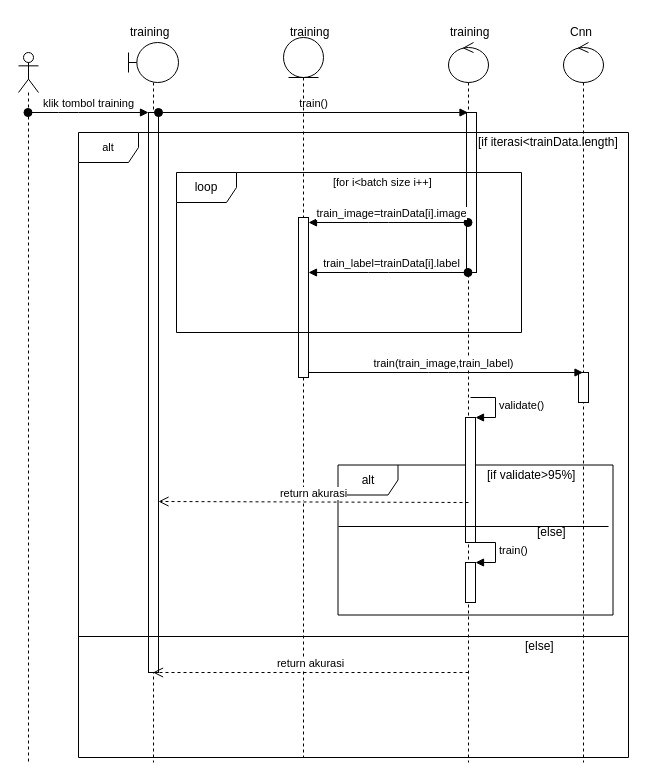
fifinal/skripsi-cnn-toga keeps this draw.io diagram as page "training" (2 of 10) of diagram/sequence.drawio. Above is the earlier version. Source tidied: cells renumbered, new cells numbered last; positions are measured from the earlier drawing's top-left corner, leaving out a move shared by most shapes. Both pictures are drawn from the tidied source at 100%, with x=0, y=0 at pixel (18, 22).
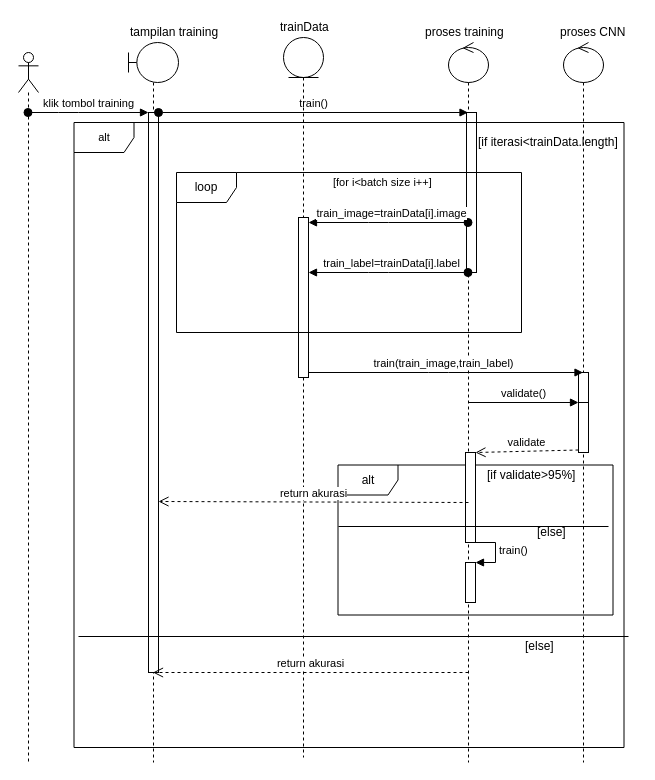
The same page after the edit.

The change refers to these unchanged cells:
```xml
<mxCell id="7" style="shape=umlLifeline;participant=umlControl;perimeter=lifelinePerimeter;whiteSpace=wrap;html=1;verticalAlign=top;spacingTop=36;labelBackgroundColor=#ffffff;outlineConnect=0;" parent="1" vertex="1">
  <mxGeometry x="430" y="20" width="40" height="720" as="geometry" />
</mxCell>
<mxCell id="14" style="shape=umlLifeline;participant=umlControl;perimeter=lifelinePerimeter;whiteSpace=wrap;html=1;verticalAlign=top;spacingTop=36;labelBackgroundColor=#ffffff;outlineConnect=0;" parent="1" vertex="1">
  <mxGeometry x="545" y="20" width="40" height="720" as="geometry" />
</mxCell>
```

Change to the diagram source:
```diff
@@
     <mxCell id="9" value="&lt;div style=&quot;text-align: left&quot;&gt;&lt;span style=&quot;font-size: 11px ; background-color: rgb(255 , 255 , 255)&quot;&gt;alt&lt;/span&gt;&lt;/div&gt;" style="shape=umlFrame;whiteSpace=wrap;html=1;" parent="1" vertex="1">
-      <mxGeometry x="60" y="110" width="550" height="625" as="geometry" />
+      <mxGeometry x="55.5" y="100" width="550" height="625" as="geometry" />
     </mxCell>
-    <mxCell id="10" value="Cnn" style="text;html=1;align=left;verticalAlign=top;spacingTop=-4;" parent="1" vertex="1">
-      <mxGeometry x="550" width="40" height="20" as="geometry" />
+    <mxCell id="10" value="proses CNN" style="text;html=1;align=left;verticalAlign=top;spacingTop=-4;" parent="1" vertex="1">
+      <mxGeometry x="540" width="80" height="20" as="geometry" />
     </mxCell>
-    <mxCell id="11" value="training" style="text;html=1;align=left;verticalAlign=top;spacingTop=-4;" parent="1" vertex="1">
-      <mxGeometry x="110" width="50" height="20" as="geometry" />
+    <mxCell id="11" value="tampilan training" style="text;html=1;align=left;verticalAlign=top;spacingTop=-4;" parent="1" vertex="1">
+      <mxGeometry x="110" width="100" height="20" as="geometry" />
     </mxCell>
-    <mxCell id="12" value="training" style="text;html=1;align=left;verticalAlign=top;spacingTop=-4;" parent="1" vertex="1">
-      <mxGeometry x="430" width="50" height="20" as="geometry" />
+    <mxCell id="12" value="proses training" style="text;html=1;align=left;verticalAlign=top;spacingTop=-4;" parent="1" vertex="1">
+      <mxGeometry x="405" width="90" height="20" as="geometry" />
     </mxCell>
@@
+    <mxCell id="36" style="html=1;points=[];perimeter=orthogonalPerimeter;" parent="14" vertex="1">
+      <mxGeometry x="15" y="360" width="10" height="50" as="geometry" />
+    </mxCell>
@@
-    <mxCell id="17" value="training" style="text;html=1;align=left;verticalAlign=top;spacingTop=-4;" parent="1" vertex="1">
-      <mxGeometry x="270" width="50" height="20" as="geometry" />
+    <mxCell id="17" value="trainData" style="text;html=1;align=left;verticalAlign=top;spacingTop=-4;" parent="1" vertex="1">
+      <mxGeometry x="260" y="-5" width="60" height="20" as="geometry" />
     </mxCell>
@@
     <mxCell id="26" style="html=1;points=[];perimeter=orthogonalPerimeter;" parent="1" vertex="1">
-      <mxGeometry x="447" y="395" width="10" height="125" as="geometry" />
+      <mxGeometry x="447" y="430" width="10" height="90" as="geometry" />
     </mxCell>
-    <mxCell id="27" value="validate()" style="edgeStyle=orthogonalEdgeStyle;html=1;align=left;spacingLeft=2;endArrow=block;rounded=0;entryX=1;entryY=0;" parent="1" edge="1" target="26">
-      <mxGeometry relative="1" as="geometry">
-        <mxPoint x="452" y="375" as="sourcePoint" />
-        <Array as="points">
-          <mxPoint x="477" y="375" />
-        </Array>
-      </mxGeometry>
-    </mxCell>
@@
+    <mxCell id="37" value="validate" style="html=1;verticalAlign=bottom;endArrow=open;dashed=1;endSize=8;exitX=0;exitY=0.95;" parent="1" edge="1" source="36" target="26">
+      <mxGeometry relative="1" as="geometry" />
+    </mxCell>
+    <mxCell id="27" value="validate()" style="html=1;verticalAlign=bottom;endArrow=block;entryX=0;entryY=0;" parent="1" edge="1" source="7" target="36">
+      <mxGeometry relative="1" as="geometry" />
+    </mxCell>
```
